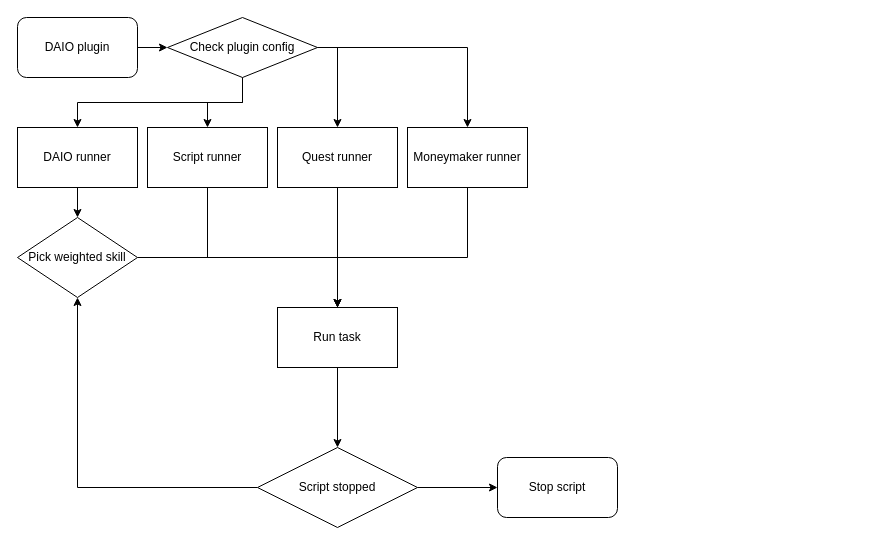
Before: Untitled Diagram.drawio in LowGraveSea/DAIO-Diagram, a draw.io diagram. Source tidied: cells renumbered, new cells numbered last; positions are measured from the earlier drawing's top-left corner, leaving out a move shared by most shapes. Both pictures are drawn from the tidied source at 100%, with x=0, y=0 at pixel (17, 17).
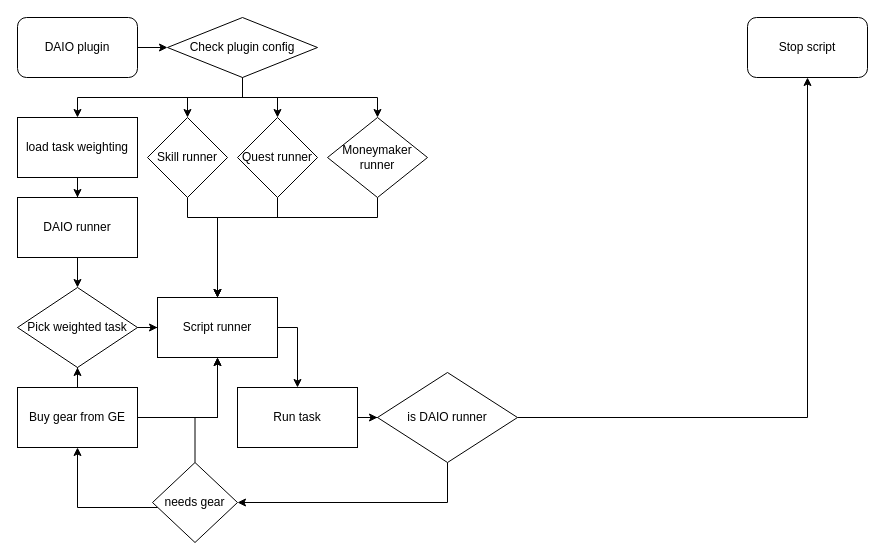
The same diagram, later.

Unchanged cells that the change refers to:
```xml
<mxCell id="8" value="Check plugin config" style="rhombus;whiteSpace=wrap;html=1;" parent="1" vertex="1">
  <mxGeometry x="150" width="150" height="60" as="geometry" />
</mxCell>
```

What changed in the source:
```diff
@@
-    <mxCell id="4" style="edgeStyle=orthogonalEdgeStyle;rounded=0;jettySize=auto;html=1;exitX=0.5;exitY=1;exitDx=0;exitDy=0;" parent="1" edge="1" source="8" target="10">
-      <mxGeometry relative="1" as="geometry" />
-    </mxCell>
-    <mxCell id="5" style="edgeStyle=orthogonalEdgeStyle;rounded=0;jettySize=auto;html=1;" parent="1" edge="1" source="8" target="12">
-      <mxGeometry relative="1" as="geometry" />
-    </mxCell>
+    <mxCell id="25" style="edgeStyle=orthogonalEdgeStyle;rounded=0;jettySize=auto;html=1;" parent="1" edge="1" source="8" target="29">
+      <mxGeometry relative="1" as="geometry">
+        <Array as="points">
+          <mxPoint x="225" y="80" />
+          <mxPoint x="60" y="80" />
+        </Array>
+      </mxGeometry>
+    </mxCell>
+    <mxCell id="26" style="edgeStyle=orthogonalEdgeStyle;rounded=0;jettySize=auto;html=1;" parent="1" edge="1" source="8" target="39">
+      <mxGeometry relative="1" as="geometry" />
+    </mxCell>
-    <mxCell id="6" style="edgeStyle=orthogonalEdgeStyle;rounded=0;jettySize=auto;html=1;exitX=1;exitY=0.5;exitDx=0;exitDy=0;" parent="1" edge="1" source="8" target="14">
+    <mxCell id="6" style="edgeStyle=orthogonalEdgeStyle;rounded=0;jettySize=auto;html=1;" parent="1" edge="1" source="8" target="14">
       <mxGeometry relative="1" as="geometry" />
     </mxCell>
     <mxCell id="7" style="edgeStyle=orthogonalEdgeStyle;rounded=0;jettySize=auto;html=1;" parent="1" edge="1" source="8" target="16">
-      <mxGeometry relative="1" as="geometry" />
+      <mxGeometry relative="1" as="geometry">
+        <Array as="points">
+          <mxPoint x="225" y="80" />
+          <mxPoint x="360" y="80" />
+        </Array>
+      </mxGeometry>
     </mxCell>
@@
     <mxCell id="10" value="DAIO runner" style="rounded=0;whiteSpace=wrap;html=1;" parent="1" vertex="1">
-      <mxGeometry y="110" width="120" height="60" as="geometry" />
+      <mxGeometry y="180" width="120" height="60" as="geometry" />
     </mxCell>
-    <mxCell id="11" style="edgeStyle=orthogonalEdgeStyle;rounded=0;jettySize=auto;html=1;" parent="1" edge="1" source="12" target="20">
-      <mxGeometry relative="1" as="geometry">
-        <Array as="points">
-          <mxPoint x="190" y="240" />
-          <mxPoint x="320" y="240" />
-        </Array>
-      </mxGeometry>
-    </mxCell>
-    <mxCell id="12" value="Script runner" style="rounded=0;whiteSpace=wrap;html=1;" parent="1" vertex="1">
-      <mxGeometry x="130" y="110" width="120" height="60" as="geometry" />
-    </mxCell>
-    <mxCell id="13" style="edgeStyle=orthogonalEdgeStyle;rounded=0;jettySize=auto;html=1;" parent="1" edge="1" source="14" target="20">
-      <mxGeometry relative="1" as="geometry">
-        <Array as="points">
-          <mxPoint x="320" y="260" />
-          <mxPoint x="320" y="260" />
-        </Array>
-      </mxGeometry>
-    </mxCell>
-    <mxCell id="14" value="Quest runner" style="rounded=0;whiteSpace=wrap;html=1;" parent="1" vertex="1">
-      <mxGeometry x="260" y="110" width="120" height="60" as="geometry" />
-    </mxCell>
-    <mxCell id="15" style="edgeStyle=orthogonalEdgeStyle;rounded=0;jettySize=auto;html=1;" parent="1" edge="1" source="16" target="20">
-      <mxGeometry relative="1" as="geometry">
-        <Array as="points">
-          <mxPoint x="450" y="240" />
-          <mxPoint x="320" y="240" />
-        </Array>
-      </mxGeometry>
-    </mxCell>
-    <mxCell id="16" value="Moneymaker runner" style="rounded=0;whiteSpace=wrap;html=1;" parent="1" vertex="1">
-      <mxGeometry x="390" y="110" width="120" height="60" as="geometry" />
-    </mxCell>
-    <mxCell id="17" style="edgeStyle=orthogonalEdgeStyle;rounded=0;jettySize=auto;html=1;entryX=0;entryY=0.5;entryDx=0;entryDy=0;" parent="1" edge="1" source="18" target="20">
-      <mxGeometry relative="1" as="geometry">
-        <Array as="points">
-          <mxPoint x="320" y="240" />
-          <mxPoint x="320" y="320" />
-        </Array>
-      </mxGeometry>
-    </mxCell>
+    <mxCell id="27" style="edgeStyle=orthogonalEdgeStyle;rounded=0;jettySize=auto;html=1;" parent="1" edge="1" source="18" target="12">
+      <mxGeometry relative="1" as="geometry" />
+    </mxCell>
-    <mxCell id="18" value="Pick weighted skill" style="rhombus;whiteSpace=wrap;html=1;" parent="1" vertex="1">
-      <mxGeometry y="200" width="120" height="80" as="geometry" />
+    <mxCell id="18" value="Pick weighted task" style="rhombus;whiteSpace=wrap;html=1;" parent="1" vertex="1">
+      <mxGeometry y="270" width="120" height="80" as="geometry" />
     </mxCell>
-    <mxCell id="19" style="edgeStyle=orthogonalEdgeStyle;rounded=0;jettySize=auto;html=1;" parent="1" edge="1" source="20" target="23">
+    <mxCell id="19" style="edgeStyle=orthogonalEdgeStyle;rounded=0;jettySize=auto;html=1;" parent="1" edge="1" source="20" target="31">
       <mxGeometry relative="1" as="geometry" />
     </mxCell>
     <mxCell id="20" value="Run task" style="rounded=0;whiteSpace=wrap;html=1;" parent="1" vertex="1">
-      <mxGeometry x="260" y="290" width="120" height="60" as="geometry" />
+      <mxGeometry x="220" y="370" width="120" height="60" as="geometry" />
     </mxCell>
-    <mxCell id="21" style="edgeStyle=orthogonalEdgeStyle;rounded=0;jettySize=auto;html=1;" parent="1" edge="1" source="23" target="18">
-      <mxGeometry relative="1" as="geometry" />
-    </mxCell>
-    <mxCell id="22" style="edgeStyle=orthogonalEdgeStyle;rounded=0;jettySize=auto;html=1;" parent="1" edge="1" source="23" target="24">
+    <mxCell id="22" style="edgeStyle=orthogonalEdgeStyle;rounded=0;jettySize=auto;html=1;" parent="1" edge="1" source="31" target="24">
       <mxGeometry relative="1" as="geometry" />
     </mxCell>
-    <mxCell id="23" value="Script stopped" style="rhombus;whiteSpace=wrap;html=1;" parent="1" vertex="1">
-      <mxGeometry x="240" y="430" width="160" height="80" as="geometry" />
-    </mxCell>
     <mxCell id="24" value="Stop script" style="rounded=1;whiteSpace=wrap;html=1;" parent="1" vertex="1">
-      <mxGeometry x="480" y="440" width="120" height="60" as="geometry" />
+      <mxGeometry x="730" width="120" height="60" as="geometry" />
     </mxCell>
+    <mxCell id="28" style="edgeStyle=orthogonalEdgeStyle;rounded=0;jettySize=auto;html=1;" parent="1" edge="1" source="29" target="10">
+      <mxGeometry relative="1" as="geometry" />
+    </mxCell>
+    <mxCell id="29" value="load task weighting" style="rounded=0;whiteSpace=wrap;html=1;" parent="1" vertex="1">
+      <mxGeometry y="100" width="120" height="60" as="geometry" />
+    </mxCell>
+    <mxCell id="30" style="edgeStyle=orthogonalEdgeStyle;rounded=0;jettySize=auto;html=1;entryX=1;entryY=0.5;entryDx=0;entryDy=0;" parent="1" edge="1" source="31" target="34">
+      <mxGeometry relative="1" as="geometry">
+        <Array as="points">
+          <mxPoint x="430" y="485" />
+        </Array>
+      </mxGeometry>
+    </mxCell>
+    <mxCell id="31" value="is DAIO runner" style="rhombus;whiteSpace=wrap;html=1;" parent="1" vertex="1">
+      <mxGeometry x="360" y="355" width="140" height="90" as="geometry" />
+    </mxCell>
+    <mxCell id="32" style="edgeStyle=orthogonalEdgeStyle;rounded=0;jettySize=auto;html=1;" parent="1" edge="1" source="34" target="37">
+      <mxGeometry relative="1" as="geometry">
+        <Array as="points">
+          <mxPoint x="60" y="490" />
+        </Array>
+      </mxGeometry>
+    </mxCell>
+    <mxCell id="33" style="edgeStyle=orthogonalEdgeStyle;rounded=0;jettySize=auto;html=1;" parent="1" edge="1" source="34" target="12">
+      <mxGeometry relative="1" as="geometry">
+        <Array as="points">
+          <mxPoint x="178" y="400" />
+          <mxPoint x="200" y="400" />
+        </Array>
+      </mxGeometry>
+    </mxCell>
+    <mxCell id="34" value="needs gear" style="rhombus;whiteSpace=wrap;html=1;" parent="1" vertex="1">
+      <mxGeometry x="135" y="445" width="85" height="80" as="geometry" />
+    </mxCell>
+    <mxCell id="35" style="edgeStyle=orthogonalEdgeStyle;rounded=0;jettySize=auto;html=1;" parent="1" edge="1" source="37" target="18">
+      <mxGeometry relative="1" as="geometry" />
+    </mxCell>
+    <mxCell id="36" style="edgeStyle=orthogonalEdgeStyle;rounded=0;jettySize=auto;html=1;" parent="1" edge="1" source="37" target="12">
+      <mxGeometry relative="1" as="geometry" />
+    </mxCell>
+    <mxCell id="37" value="Buy gear from GE" style="rounded=0;whiteSpace=wrap;html=1;" parent="1" vertex="1">
+      <mxGeometry y="370" width="120" height="60" as="geometry" />
+    </mxCell>
+    <mxCell id="11" style="edgeStyle=orthogonalEdgeStyle;rounded=0;jettySize=auto;html=1;" parent="1" edge="1" source="12" target="20">
+      <mxGeometry relative="1" as="geometry">
+        <Array as="points">
+          <mxPoint x="280" y="310" />
+        </Array>
+      </mxGeometry>
+    </mxCell>
+    <mxCell id="12" value="Script runner" style="rounded=0;whiteSpace=wrap;html=1;" parent="1" vertex="1">
+      <mxGeometry x="140" y="280" width="120" height="60" as="geometry" />
+    </mxCell>
+    <mxCell id="38" style="edgeStyle=orthogonalEdgeStyle;rounded=0;jettySize=auto;html=1;" parent="1" edge="1" source="39" target="12">
+      <mxGeometry relative="1" as="geometry">
+        <Array as="points">
+          <mxPoint x="170" y="200" />
+          <mxPoint x="200" y="200" />
+        </Array>
+      </mxGeometry>
+    </mxCell>
+    <mxCell id="39" value="Skill&amp;nbsp;runner" style="rhombus;whiteSpace=wrap;html=1;" parent="1" vertex="1">
+      <mxGeometry x="130" y="100" width="80" height="80" as="geometry" />
+    </mxCell>
+    <mxCell id="40" style="edgeStyle=orthogonalEdgeStyle;rounded=0;jettySize=auto;html=1;" parent="1" edge="1" source="14" target="12">
+      <mxGeometry relative="1" as="geometry">
+        <Array as="points">
+          <mxPoint x="260" y="200" />
+          <mxPoint x="200" y="200" />
+        </Array>
+      </mxGeometry>
+    </mxCell>
+    <mxCell id="14" value="Quest runner" style="rhombus;whiteSpace=wrap;html=1;" parent="1" vertex="1">
+      <mxGeometry x="220" y="100" width="80" height="80" as="geometry" />
+    </mxCell>
+    <mxCell id="41" style="edgeStyle=orthogonalEdgeStyle;rounded=0;jettySize=auto;html=1;" parent="1" edge="1" source="16" target="12">
+      <mxGeometry relative="1" as="geometry">
+        <Array as="points">
+          <mxPoint x="360" y="200" />
+          <mxPoint x="200" y="200" />
+        </Array>
+      </mxGeometry>
+    </mxCell>
+    <mxCell id="16" value="Moneymaker runner" style="rhombus;whiteSpace=wrap;html=1;" parent="1" vertex="1">
+      <mxGeometry x="310" y="100" width="100" height="80" as="geometry" />
+    </mxCell>
```
